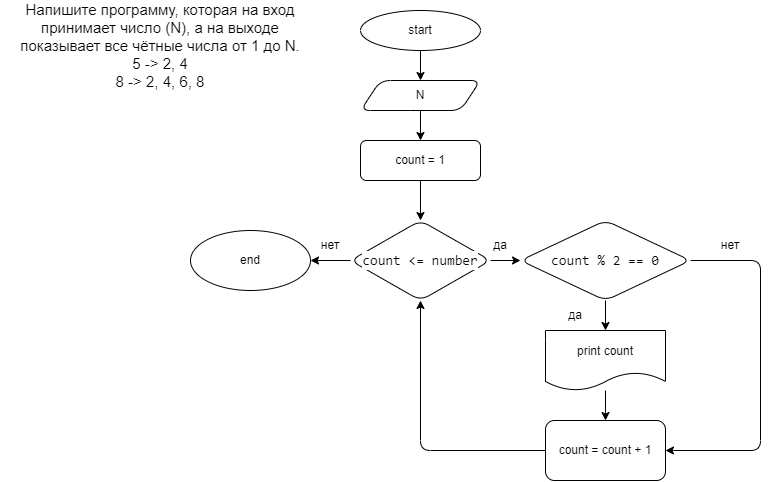
The draw.io diagram HomeWork/Task003/diagram.drawio.png in Alshopik/HomeWorc, before a commit. Source tidied: cells renumbered, new cells last; positions are measured from the earlier drawing's top-left corner, leaving out a move shared by most shapes.
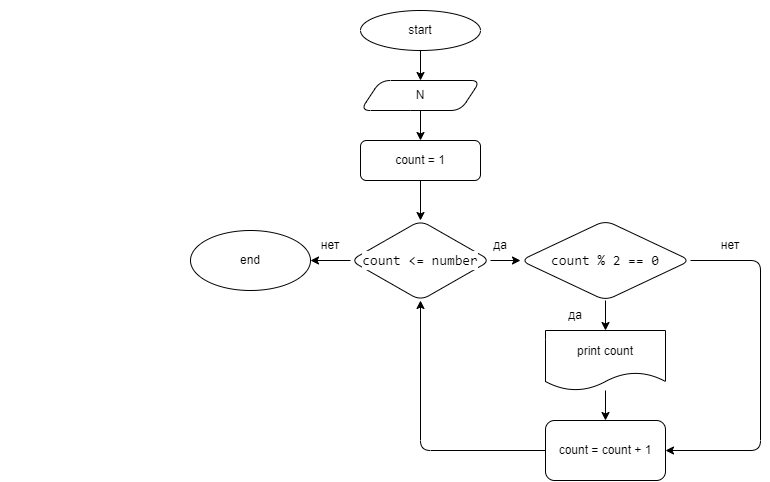
The same diagram one commit later.

Commit message:
task003_diagram_commit4

What changed in the source:
```diff
@@ -2,7 +2,7 @@
   <root>
     <mxCell id="0" />
     <mxCell id="1" parent="0" />
-    <mxCell id="2" value="&lt;p style=&quot;box-sizing: border-box ; margin: 0px ; font-family: &amp;quot;roboto&amp;quot; , &amp;quot;san francisco&amp;quot; , &amp;quot;helvetica neue&amp;quot; , &amp;quot;helvetica&amp;quot; , &amp;quot;arial&amp;quot; ; font-size: 15px&quot;&gt;&lt;font&gt;Напишите программу, которая на вход принимает число (N), а на выходе показывает все чётные числа от 1 до N.&lt;/font&gt;&lt;/p&gt;&lt;p style=&quot;box-sizing: border-box ; margin: 0px ; font-family: &amp;quot;roboto&amp;quot; , &amp;quot;san francisco&amp;quot; , &amp;quot;helvetica neue&amp;quot; , &amp;quot;helvetica&amp;quot; , &amp;quot;arial&amp;quot; ; font-size: 15px&quot;&gt;&lt;font&gt;5 -&amp;gt; 2, 4&lt;br style=&quot;box-sizing: border-box&quot;&gt;8 -&amp;gt; 2, 4, 6, 8&lt;/font&gt;&lt;/p&gt;" style="text;html=1;align=center;verticalAlign=middle;whiteSpace=wrap;rounded=1;labelBackgroundColor=none;labelBorderColor=none;" parent="1" vertex="1">
+    <mxCell id="2" value="&lt;p style=&quot;box-sizing: border-box ; margin: 0px ; font-family: &amp;quot;roboto&amp;quot; , &amp;quot;san francisco&amp;quot; , &amp;quot;helvetica neue&amp;quot; , &amp;quot;helvetica&amp;quot; , &amp;quot;arial&amp;quot; ; font-size: 15px&quot;&gt;&lt;font&gt;Напишите программу, которая на вход принимает число (N), а на выходе показывает все чётные числа от 1 до N.&lt;/font&gt;&lt;/p&gt;&lt;p style=&quot;box-sizing: border-box ; margin: 0px ; font-family: &amp;quot;roboto&amp;quot; , &amp;quot;san francisco&amp;quot; , &amp;quot;helvetica neue&amp;quot; , &amp;quot;helvetica&amp;quot; , &amp;quot;arial&amp;quot; ; font-size: 15px&quot;&gt;&lt;font&gt;5 -&amp;gt; 2, 4&lt;br style=&quot;box-sizing: border-box&quot;&gt;8 -&amp;gt; 2, 4, 6, 8&lt;/font&gt;&lt;/p&gt;" style="text;html=1;align=center;verticalAlign=middle;whiteSpace=wrap;rounded=1;labelBackgroundColor=none;labelBorderColor=none;fontColor=#FFFFFF;" parent="1" vertex="1">
       <mxGeometry width="320" height="90" as="geometry" />
     </mxCell>
     <mxCell id="3" style="edgeStyle=none;html=1;fontColor=default;labelBackgroundColor=default;labelBorderColor=none;" parent="1" edge="1" source="4" target="6">
```
